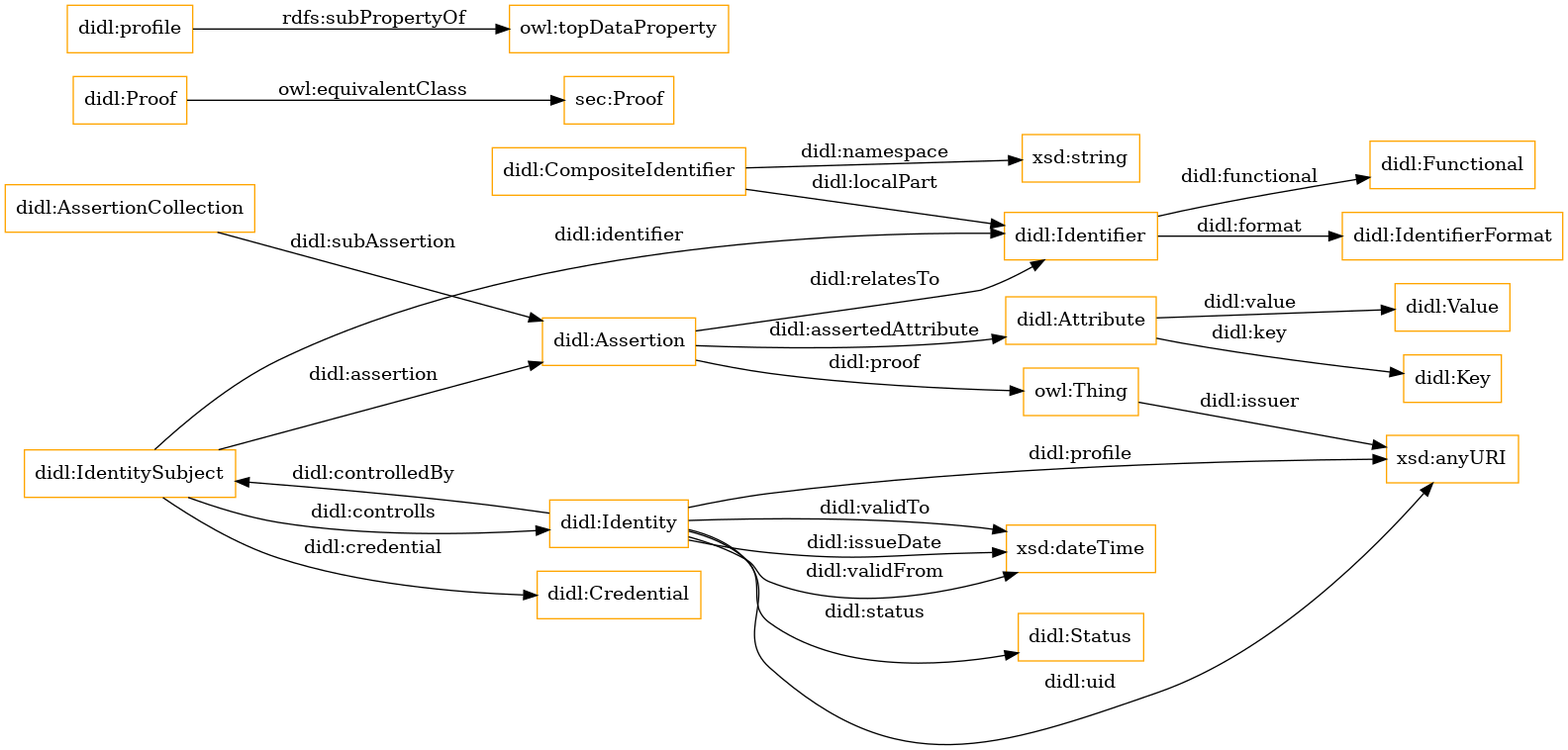
jiahang-chen/didl keeps this Graphviz diagram as OnToology/didl.ttl/diagrams/ar2dtool-class/didl.ttl.png. Above is the earlier version. Its source is kept beside it as OnToology/didl.ttl/diagrams/ar2dtool-class/didl.ttl.png.dot.
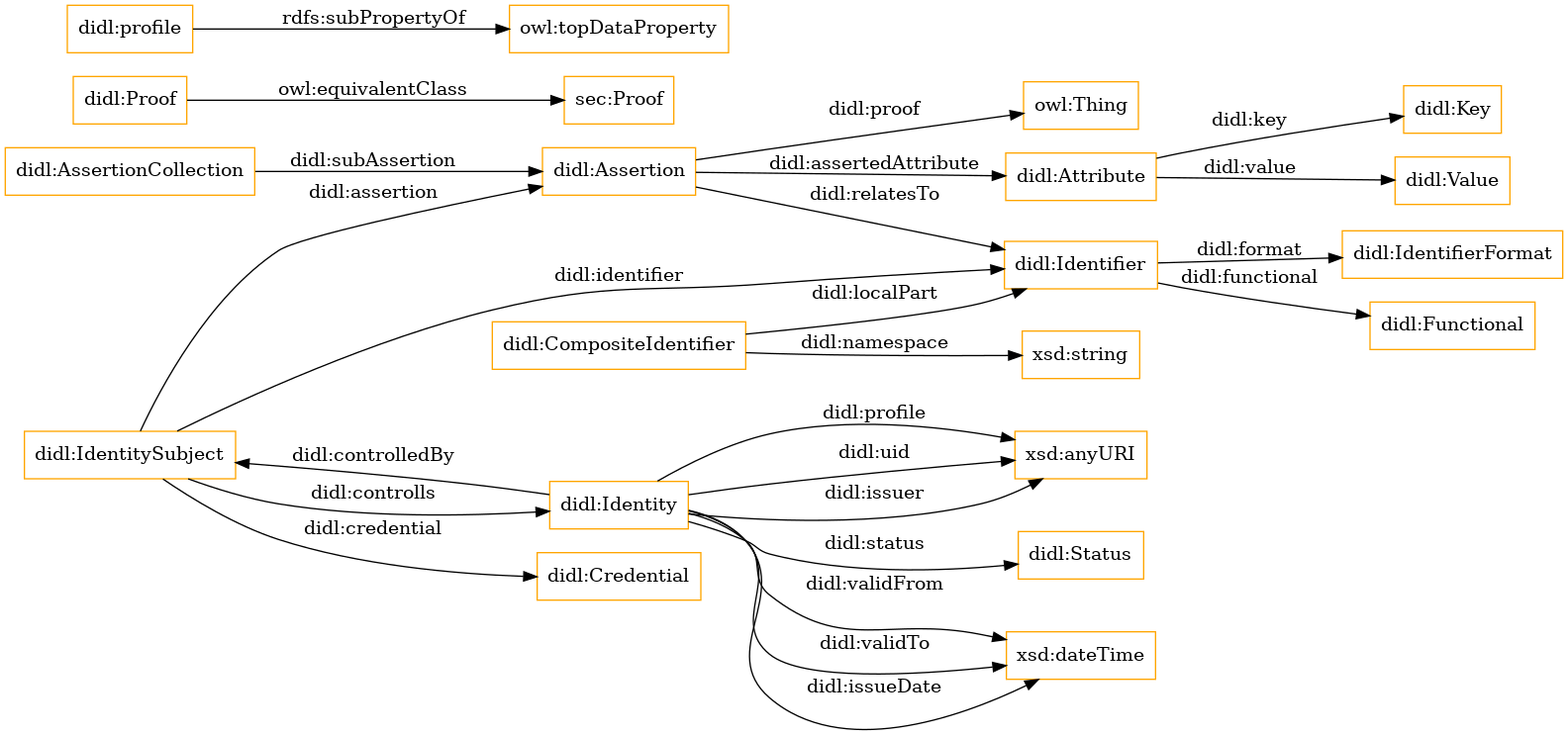
Above is the later version.

The edit, as a diff of the source:
```diff
@@ -12,7 +12,7 @@
 	"didl:Attribute" -> "didl:Value" [ label = "didl:value" ];
 	"didl:IdentitySubject" -> "didl:Identifier" [ label = "didl:identifier" ];
 	"didl:Assertion" -> "didl:Identifier" [ label = "didl:relatesTo" ];
-	"owl:Thing" -> "xsd:anyURI" [ label = "didl:issuer" ];
+	"didl:Identity" -> "xsd:anyURI" [ label = "didl:issuer" ];
 	"didl:IdentitySubject" -> "didl:Identity" [ label = "didl:controlls" ];
 	"didl:Attribute" -> "didl:Key" [ label = "didl:key" ];
 	"didl:IdentitySubject" -> "didl:Assertion" [ label = "didl:assertion" ];
```
